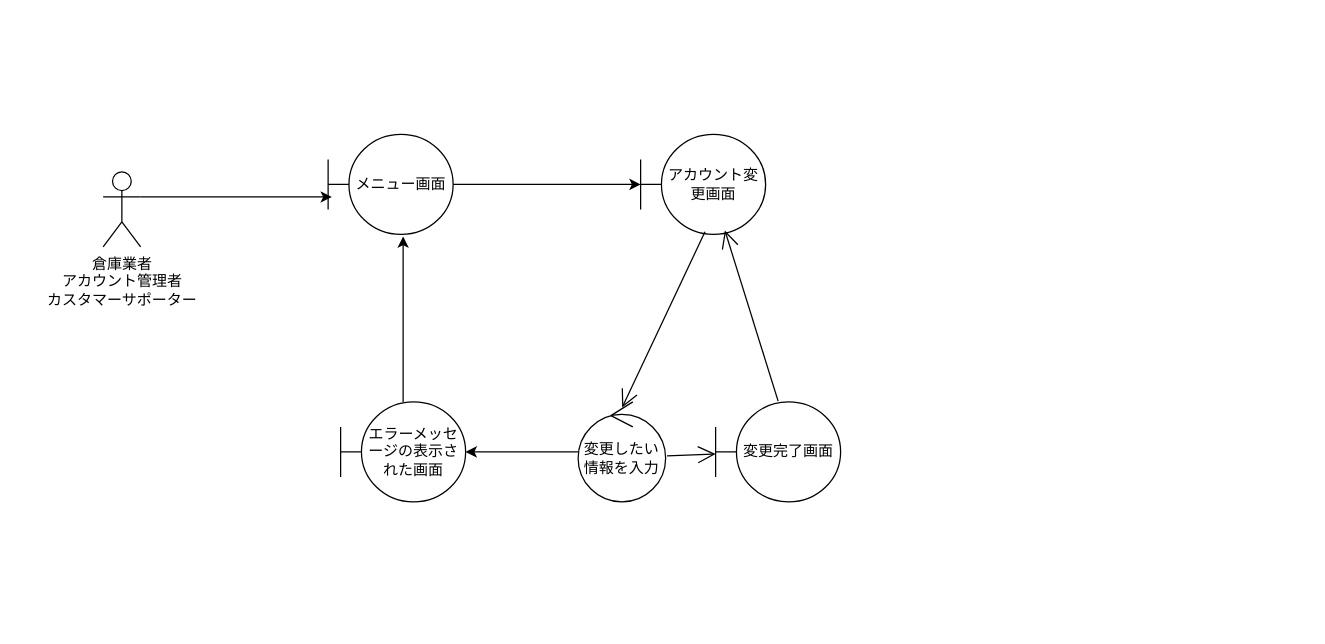
Before: group/3-3_総合演習1_BBショップ注文管理システム/ロバストネス図/lo_a_06_change.drawio in ko246/ohara_uml, a draw.io diagram. Source tidied: cells renumbered, new cells numbered last; positions are measured from the earlier drawing's top-left corner, leaving out a move shared by most shapes. Both pictures are drawn from the tidied source at 125%, with x=0, y=0 at pixel (102, 134).
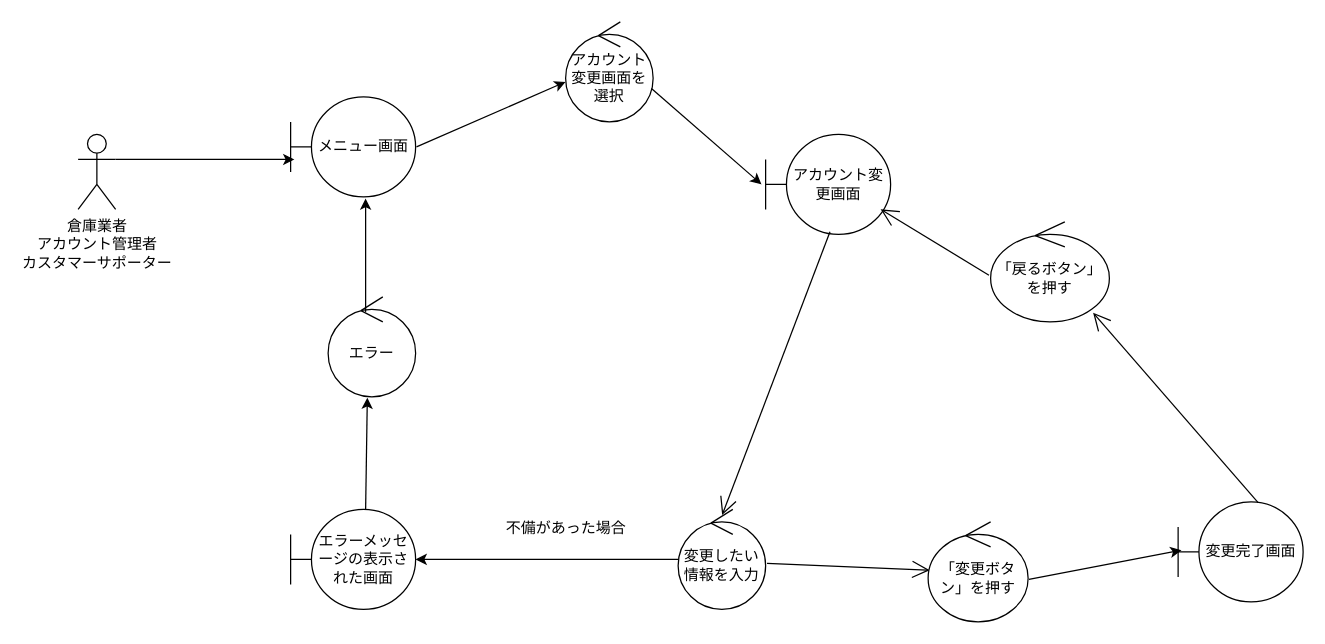
The same page after the edit.

Commit message:
少しいじり

Diff of the diagram source:
```diff
@@
     <mxCell id="3" value="倉庫業者&lt;div&gt;アカウント管理者&lt;/div&gt;&lt;div&gt;カスタマーサポーター&lt;/div&gt;" style="shape=umlActor;verticalLabelPosition=bottom;verticalAlign=top;html=1;" parent="1" vertex="1">
-      <mxGeometry y="30" width="30" height="60" as="geometry" />
+      <mxGeometry x="-20" width="30" height="60" as="geometry" />
     </mxCell>
     <mxCell id="4" value="メニュー画面" style="shape=umlBoundary;whiteSpace=wrap;html=1;" parent="1" vertex="1">
-      <mxGeometry x="180" width="100" height="80" as="geometry" />
+      <mxGeometry x="150" y="-30" width="100" height="80" as="geometry" />
     </mxCell>
     <mxCell id="5" value="アカウント変更画面" style="shape=umlBoundary;whiteSpace=wrap;html=1;" parent="1" vertex="1">
-      <mxGeometry x="430" width="100" height="80" as="geometry" />
+      <mxGeometry x="530" width="100" height="80" as="geometry" />
     </mxCell>
-    <mxCell id="6" style="edgeStyle=orthogonalEdgeStyle;rounded=0;jettySize=auto;html=1;entryX=0;entryY=0.5;entryDx=0;entryDy=0;entryPerimeter=0;" parent="1" edge="1" source="4" target="5">
-      <mxGeometry relative="1" as="geometry" />
-    </mxCell>
@@
     <mxCell id="8" value="変更したい情報を入力" style="ellipse;shape=umlControl;whiteSpace=wrap;html=1;" parent="1" vertex="1">
-      <mxGeometry x="380" y="214" width="70" height="80" as="geometry" />
+      <mxGeometry x="460" y="300" width="70" height="80" as="geometry" />
     </mxCell>
@@
-    <mxCell id="10" style="edgeStyle=orthogonalEdgeStyle;rounded=0;jettySize=auto;html=1;entryX=0.6;entryY=1.02;entryDx=0;entryDy=0;entryPerimeter=0;" parent="1" edge="1" source="11" target="4">
-      <mxGeometry relative="1" as="geometry" />
-    </mxCell>
     <mxCell id="11" value="エラーメッセージの表示された画面" style="shape=umlBoundary;whiteSpace=wrap;html=1;" parent="1" vertex="1">
-      <mxGeometry x="190" y="214" width="100" height="80" as="geometry" />
+      <mxGeometry x="150" y="300" width="100" height="80" as="geometry" />
     </mxCell>
-    <mxCell id="12" style="endArrow=open;endFill=1;endSize=12;html=1;rounded=0;exitX=1.016;exitY=0.539;exitDx=0;exitDy=0;exitPerimeter=0;" parent="1" edge="1" source="8" target="13">
+    <mxCell id="12" style="endArrow=open;endFill=1;endSize=12;html=1;rounded=0;exitX=1.016;exitY=0.539;exitDx=0;exitDy=0;exitPerimeter=0;entryX=0.017;entryY=0.483;entryDx=0;entryDy=0;entryPerimeter=0;" parent="1" edge="1" source="8" target="24">
       <mxGeometry relative="1" as="geometry" />
     </mxCell>
     <mxCell id="13" value="変更完了画面" style="shape=umlBoundary;whiteSpace=wrap;html=1;" parent="1" vertex="1">
-      <mxGeometry x="490" y="214" width="100" height="80" as="geometry" />
+      <mxGeometry x="860" y="294" width="100" height="80" as="geometry" />
     </mxCell>
-    <mxCell id="14" style="endArrow=open;endFill=1;endSize=12;html=1;rounded=0;exitX=0.5;exitY=-0.007;exitDx=0;exitDy=0;exitPerimeter=0;entryX=0.674;entryY=0.96;entryDx=0;entryDy=0;entryPerimeter=0;" parent="1" edge="1" source="13" target="5">
+    <mxCell id="14" style="endArrow=open;endFill=1;endSize=12;html=1;rounded=0;exitX=0.64;exitY=0.008;exitDx=0;exitDy=0;exitPerimeter=0;entryX=0.863;entryY=0.908;entryDx=0;entryDy=0;entryPerimeter=0;" parent="1" edge="1" source="13" target="18">
       <mxGeometry relative="1" as="geometry" />
     </mxCell>
+    <mxCell id="15" value="アカウント変更画面を選択" style="ellipse;shape=umlControl;whiteSpace=wrap;html=1;" parent="1" vertex="1">
+      <mxGeometry x="370" y="-90" width="70" height="80" as="geometry" />
+    </mxCell>
+    <mxCell id="16" style="endArrow=classic;html=1;exitX=1.007;exitY=0.5;exitDx=0;exitDy=0;exitPerimeter=0;entryX=0;entryY=0.6;entryDx=0;entryDy=0;entryPerimeter=0;" parent="1" edge="1" source="4" target="15">
+      <mxGeometry relative="1" as="geometry" />
+    </mxCell>
+    <mxCell id="17" style="endArrow=classic;html=1;exitX=0.981;exitY=0.667;exitDx=0;exitDy=0;exitPerimeter=0;entryX=-0.033;entryY=0.5;entryDx=0;entryDy=0;entryPerimeter=0;" parent="1" edge="1" source="15" target="5">
+      <mxGeometry relative="1" as="geometry" />
+    </mxCell>
+    <mxCell id="18" value="「戻るボタン」を押す" style="ellipse;shape=umlControl;whiteSpace=wrap;html=1;" parent="1" vertex="1">
+      <mxGeometry x="710" y="70" width="95" height="80" as="geometry" />
+    </mxCell>
+    <mxCell id="19" style="endArrow=open;endFill=1;endSize=12;html=1;rounded=0;exitX=-0.014;exitY=0.533;exitDx=0;exitDy=0;exitPerimeter=0;entryX=0.92;entryY=0.75;entryDx=0;entryDy=0;entryPerimeter=0;" parent="1" edge="1" source="18" target="5">
+      <mxGeometry relative="1" as="geometry" />
+    </mxCell>
+    <mxCell id="20" value="不備があった場合" style="text;html=1;align=center;verticalAlign=middle;strokeColor=none;fillColor=none;" parent="1" vertex="1">
+      <mxGeometry x="310" y="300" width="120" height="30" as="geometry" />
+    </mxCell>
+    <mxCell id="21" value="エラー" style="ellipse;shape=umlControl;whiteSpace=wrap;html=1;" parent="1" vertex="1">
+      <mxGeometry x="180" y="130" width="70" height="80" as="geometry" />
+    </mxCell>
+    <mxCell id="22" style="edgeStyle=none;html=1;entryX=0.448;entryY=1.008;entryDx=0;entryDy=0;entryPerimeter=0;exitX=0.6;exitY=0;exitDx=0;exitDy=0;exitPerimeter=0;" parent="1" edge="1" source="11" target="21">
+      <mxGeometry relative="1" as="geometry" />
+    </mxCell>
+    <mxCell id="23" style="edgeStyle=none;html=1;entryX=0.6;entryY=1.017;entryDx=0;entryDy=0;entryPerimeter=0;exitX=0.429;exitY=0.15;exitDx=0;exitDy=0;exitPerimeter=0;" parent="1" edge="1" source="21" target="4">
+      <mxGeometry relative="1" as="geometry" />
+    </mxCell>
+    <mxCell id="24" value="「変更ボタン」を押す" style="ellipse;shape=umlControl;whiteSpace=wrap;html=1;" parent="1" vertex="1">
+      <mxGeometry x="660" y="310" width="80" height="80" as="geometry" />
+    </mxCell>
+    <mxCell id="25" style="edgeStyle=none;html=1;entryX=0.027;entryY=0.483;entryDx=0;entryDy=0;entryPerimeter=0;exitX=1.008;exitY=0.575;exitDx=0;exitDy=0;exitPerimeter=0;" parent="1" edge="1" source="24" target="13">
+      <mxGeometry relative="1" as="geometry" />
+    </mxCell>
```
